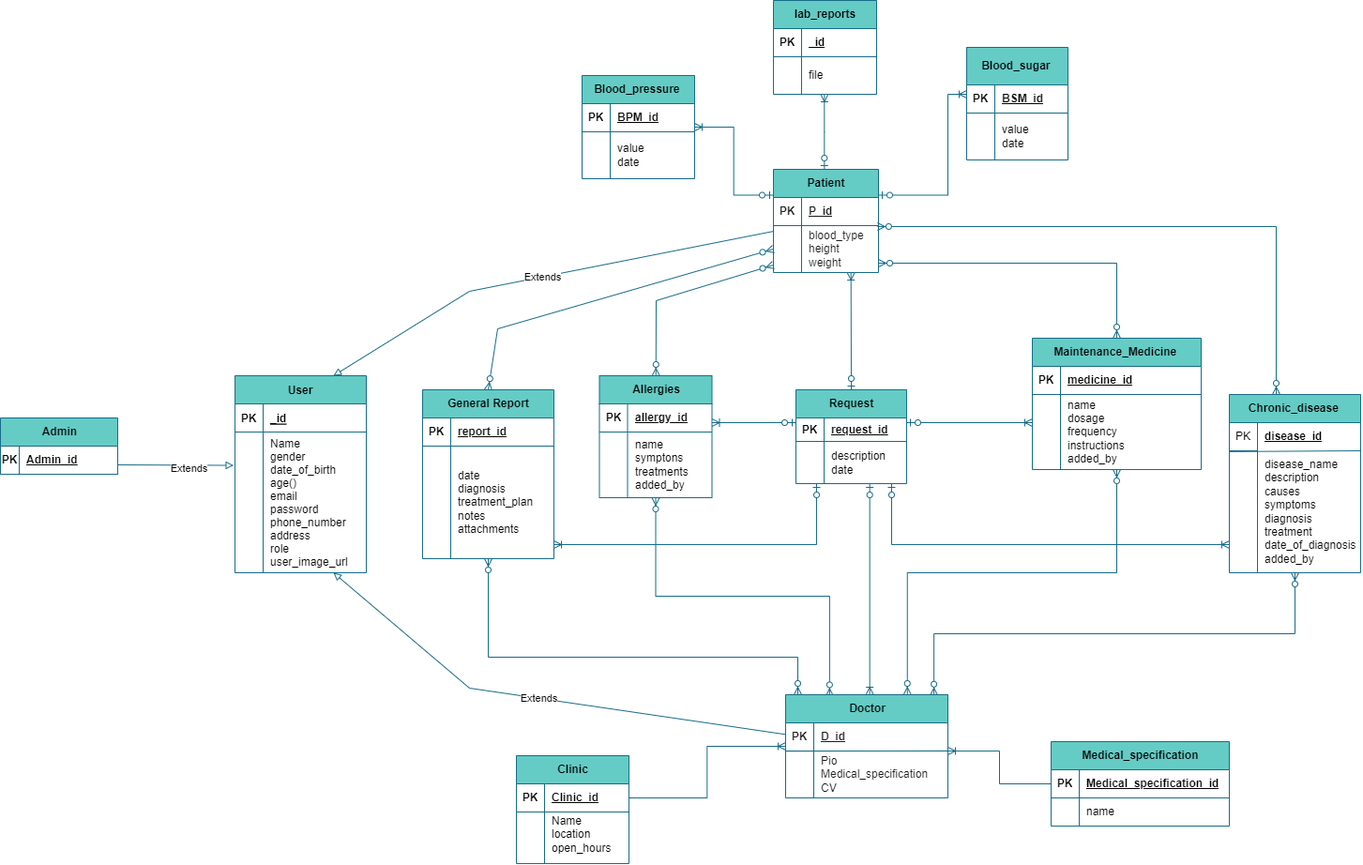
Before: SRS/General/ER_diagram.drawio.png, a diagram exported from draw.io (RaghadHanon/MedicoPortal). Source tidied: cells renumbered, new cells last; positions are measured from the earlier drawing's top-left corner, leaving out a move shared by most shapes.
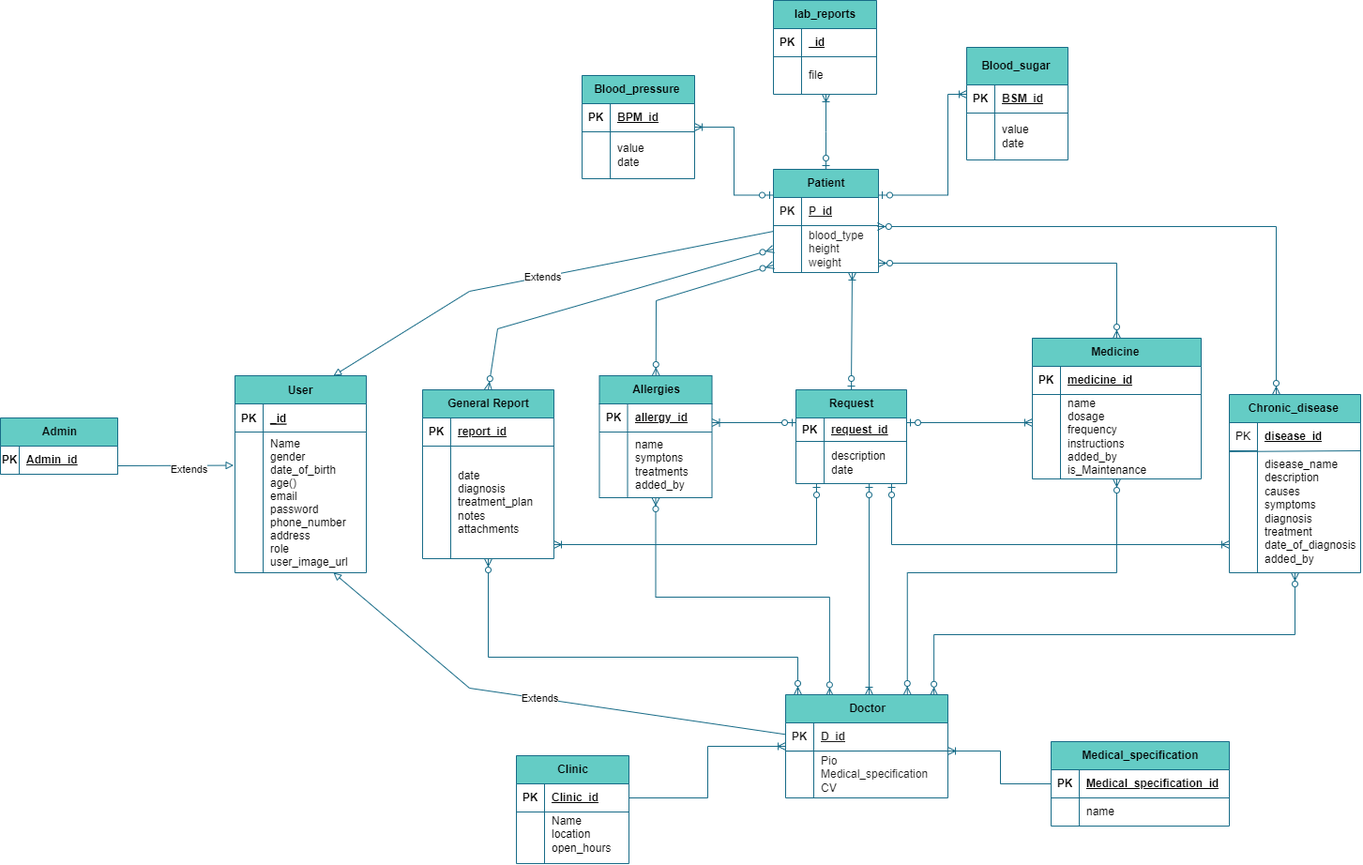
Above is the later version.

Change to the diagram source:
```diff
@@ -122,8 +122,8 @@
     <mxCell id="41" value="name&lt;div&gt;symptons&lt;/div&gt;&lt;div&gt;treatments&lt;/div&gt;&lt;div&gt;added_by&lt;/div&gt;" style="shape=partialRectangle;fillColor=none;top=0;left=0;bottom=0;right=0;align=left;spacingLeft=6;overflow=hidden;whiteSpace=wrap;html=1;strokeColor=#176B87;" parent="39" vertex="1">
       <mxGeometry x="30" width="90" height="70" as="geometry" />
     </mxCell>
-    <mxCell id="42" value="Maintenance_Medicine&amp;nbsp;" style="shape=table;startSize=30;rowLines=0;fontStyle=1;align=center;html=1;fillColor=#64CCC5;strokeColor=#176B87;" parent="1" vertex="1">
-      <mxGeometry x="1100" y="360" width="180" height="140" as="geometry" />
+    <mxCell id="42" value="Medicine&amp;nbsp;" style="shape=table;startSize=30;rowLines=0;fontStyle=1;align=center;html=1;fillColor=#64CCC5;strokeColor=#176B87;" parent="1" vertex="1">
+      <mxGeometry x="1100" y="360" width="180" height="150" as="geometry" />
     </mxCell>
     <mxCell id="43" style="shape=tableRow;horizontal=0;startSize=0;swimlaneHead=0;swimlaneBody=0;fillColor=none;top=0;left=0;right=0;bottom=1;strokeColor=#176B87;" parent="42" vertex="1">
       <mxGeometry y="30" width="180" height="30" as="geometry" />
@@ -135,13 +135,13 @@
       <mxGeometry x="30" width="150" height="30" as="geometry" />
     </mxCell>
     <mxCell id="46" style="shape=tableRow;horizontal=0;startSize=0;swimlaneHead=0;swimlaneBody=0;fillColor=none;top=0;left=0;right=0;bottom=0;strokeColor=#176B87;" parent="42" vertex="1">
-      <mxGeometry y="60" width="180" height="80" as="geometry" />
+      <mxGeometry y="60" width="180" height="90" as="geometry" />
     </mxCell>
     <mxCell id="47" style="shape=partialRectangle;fillColor=none;top=0;left=0;bottom=0;right=0;overflow=hidden;whiteSpace=wrap;html=1;strokeColor=#176B87;" parent="46" vertex="1">
-      <mxGeometry width="30" height="80" as="geometry" />
+      <mxGeometry width="30" height="90" as="geometry" />
     </mxCell>
-    <mxCell id="48" value="name&lt;div&gt;dosage&lt;/div&gt;&lt;div&gt;frequency&lt;/div&gt;&lt;div&gt;instructions&amp;nbsp;&lt;/div&gt;&lt;div&gt;added_by&lt;/div&gt;" style="shape=partialRectangle;fillColor=none;top=0;left=0;bottom=0;right=0;align=left;spacingLeft=6;overflow=hidden;whiteSpace=wrap;html=1;strokeColor=#176B87;" parent="46" vertex="1">
-      <mxGeometry x="30" width="150" height="80" as="geometry" />
+    <mxCell id="48" value="name&lt;div&gt;dosage&lt;/div&gt;&lt;div&gt;frequency&lt;/div&gt;&lt;div&gt;instructions&amp;nbsp;&lt;/div&gt;&lt;div&gt;added_by&lt;/div&gt;&lt;div&gt;&lt;span style=&quot;text-align: center; text-wrap: nowrap;&quot;&gt;is_Maintenance&lt;/span&gt;&lt;br&gt;&lt;/div&gt;" style="shape=partialRectangle;fillColor=none;top=0;left=0;bottom=0;right=0;align=left;spacingLeft=6;overflow=hidden;whiteSpace=wrap;html=1;strokeColor=#176B87;" parent="46" vertex="1">
+      <mxGeometry x="30" width="150" height="90" as="geometry" />
     </mxCell>
     <mxCell id="49" value="lab_reports" style="shape=table;startSize=30;rowLines=0;fontStyle=1;align=center;html=1;fillColor=#64CCC5;strokeColor=#176B87;" parent="1" vertex="1">
       <mxGeometry x="824" width="110" height="100" as="geometry" />
```
